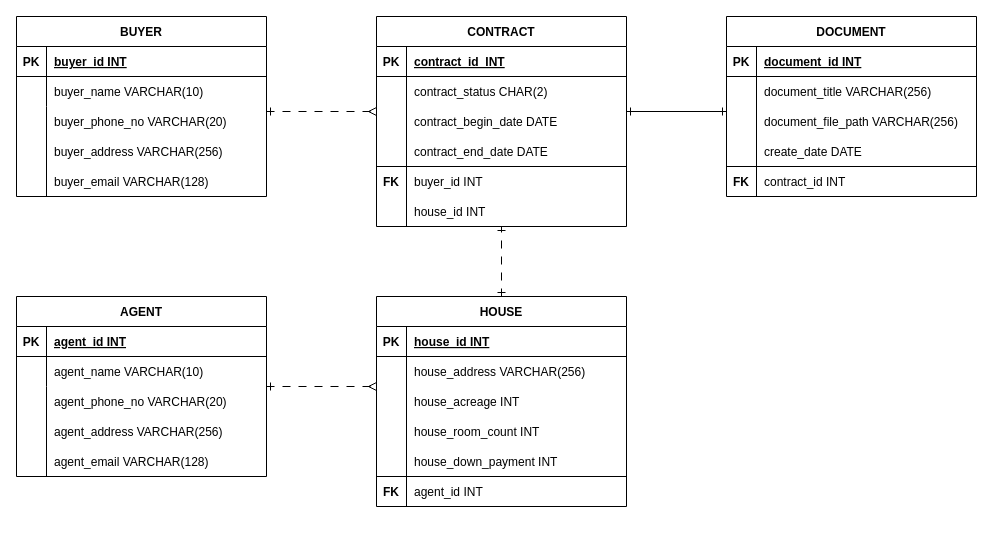
This is 제목 없는 다이어그램.drawio from lkis71/core, a draw.io file, before an edit. Source tidied: cells renumbered, new cells numbered last; positions are measured from the earlier drawing's top-left corner, leaving out a move shared by most shapes. Both pictures are drawn from the tidied source at 100%, with x=0, y=0 at pixel (16, 16).
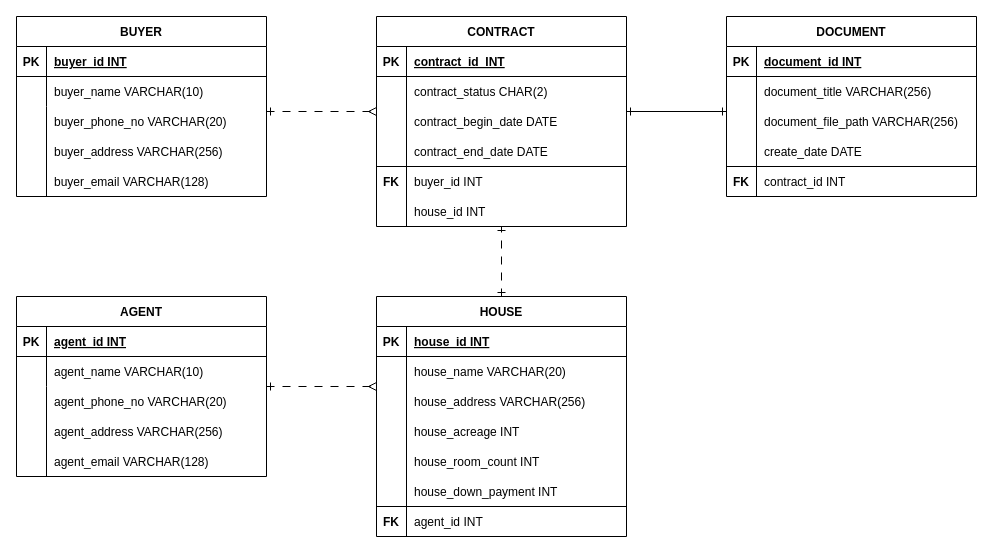
After the change.

Commit message:
제목 없는 다이어그램.drawio 업데이트

The change refers to these unchanged cells:
```xml
<mxCell id="31" style="shape=partialRectangle;fillColor=none;top=0;left=0;right=0;bottom=0;" parent="27" vertex="1">
  <mxGeometry y="60" width="250" height="30" as="geometry" />
</mxCell>
```

What changed in the source:
```diff
@@
     <mxCell id="27" value="HOUSE" style="shape=table;startSize=30;childLayout=tableLayout;rowLines=0;fontStyle=1;align=center;" parent="1" vertex="1">
-      <mxGeometry x="360" y="280" width="250" height="210" as="geometry" />
+      <mxGeometry x="360" y="280" width="250" height="240" as="geometry" />
     </mxCell>
@@
-    <mxCell id="33" value="house_address VARCHAR(256)" style="shape=partialRectangle;overflow=hidden;fillColor=none;top=0;left=0;bottom=0;right=0;align=left;spacingLeft=6;" parent="31" vertex="1">
+    <mxCell id="33" value="house_name VARCHAR(20)" style="shape=partialRectangle;overflow=hidden;fillColor=none;top=0;left=0;bottom=0;right=0;align=left;spacingLeft=6;" parent="31" vertex="1">
       <mxGeometry x="30" width="220" height="30" as="geometry" />
     </mxCell>
@@
     <mxCell id="54" value="house_acreage INT" style="shape=partialRectangle;overflow=hidden;fillColor=none;top=0;left=0;bottom=0;right=0;align=left;spacingLeft=6;" parent="1" vertex="1">
-      <mxGeometry x="390" y="370" width="220" height="30" as="geometry" />
+      <mxGeometry x="390" y="400" width="220" height="30" as="geometry" />
     </mxCell>
     <mxCell id="55" value="house_room_count INT" style="shape=partialRectangle;overflow=hidden;fillColor=none;top=0;left=0;bottom=0;right=0;align=left;spacingLeft=6;" parent="1" vertex="1">
-      <mxGeometry x="390" y="400" width="220" height="30" as="geometry" />
+      <mxGeometry x="390" y="430" width="220" height="30" as="geometry" />
     </mxCell>
     <mxCell id="56" value="house_down_payment INT" style="shape=partialRectangle;overflow=hidden;fillColor=none;top=0;left=0;bottom=0;right=0;align=left;spacingLeft=6;" parent="1" vertex="1">
-      <mxGeometry x="390" y="430" width="220" height="30" as="geometry" />
+      <mxGeometry x="390" y="460" width="220" height="30" as="geometry" />
     </mxCell>
     <mxCell id="57" style="endArrow=none;html=1;rounded=0;" parent="1" edge="1">
       <mxGeometry relative="1" as="geometry">
-        <mxPoint x="390" y="490" as="sourcePoint" />
+        <mxPoint x="390" y="520" as="sourcePoint" />
         <mxPoint x="390" y="365" as="targetPoint" />
       </mxGeometry>
     </mxCell>
     <mxCell id="58" value="agent_id INT" style="shape=partialRectangle;overflow=hidden;fillColor=none;top=0;left=0;bottom=0;right=0;align=left;spacingLeft=6;" parent="1" vertex="1">
-      <mxGeometry x="390" y="460" width="220" height="30" as="geometry" />
+      <mxGeometry x="390" y="490" width="220" height="30" as="geometry" />
     </mxCell>
     <mxCell id="59" style="endArrow=none;html=1;rounded=0;" parent="1" edge="1">
       <mxGeometry relative="1" as="geometry">
-        <mxPoint x="360" y="460" as="sourcePoint" />
-        <mxPoint x="610" y="460" as="targetPoint" />
+        <mxPoint x="360" y="490" as="sourcePoint" />
+        <mxPoint x="610" y="490" as="targetPoint" />
       </mxGeometry>
     </mxCell>
     <mxCell id="60" value="FK" style="shape=partialRectangle;overflow=hidden;fillColor=none;top=0;left=0;bottom=0;right=0;fontStyle=1;" parent="1" vertex="1">
-      <mxGeometry x="360" y="460" width="30" height="30" as="geometry" />
+      <mxGeometry x="360" y="490" width="30" height="30" as="geometry" />
     </mxCell>
@@
+    <mxCell id="69" value="house_address VARCHAR(256)" style="shape=partialRectangle;overflow=hidden;fillColor=none;top=0;left=0;bottom=0;right=0;align=left;spacingLeft=6;" parent="1" vertex="1">
+      <mxGeometry x="390" y="370" width="220" height="30" as="geometry" />
+    </mxCell>
```
